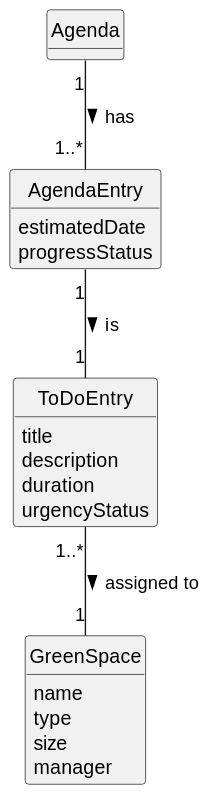
Earlier version of the PlantUML export docs/sprintC/us025/02.analysis/svg/us025-domain-model.svg (ricardomm7/leaflink).
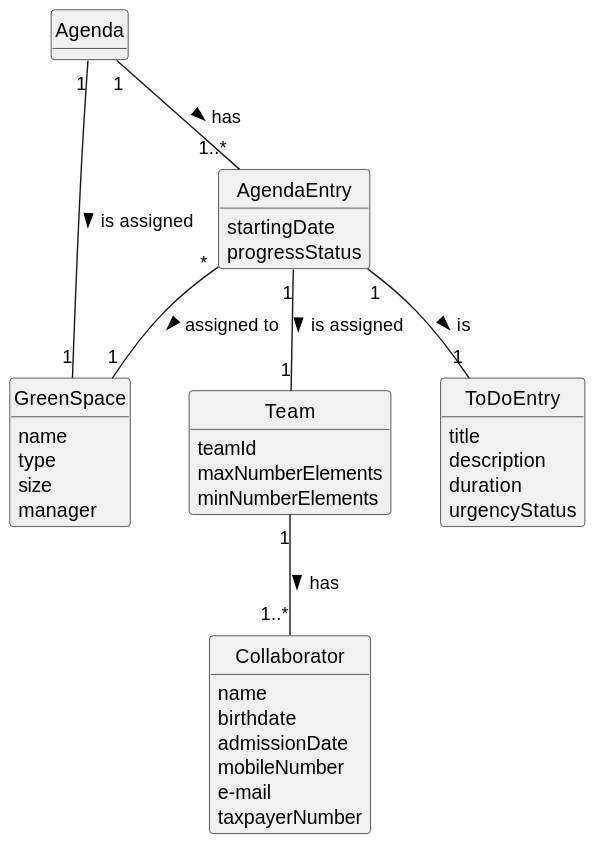
Above is the later version.

What changed in the source:
```diff
@@ -10,9 +10,31 @@
 hide methods
 
 
+class Collaborator {
+    name
+    birthdate
+    admissionDate
+    mobileNumber
+    e-mail
+    taxpayerNumber
+}
+
+class Team {
+    teamId
+    maxNumberElements
+    minNumberElements
+}
+
+class GreenSpace{
+name
+type
+size
+manager
+
+}
 
 class AgendaEntry {
-    estimatedDate
+    startingDate
     progressStatus
 
 }
@@ -24,21 +46,21 @@
     duration
     urgencyStatus
 
+
 }
 
 class Agenda{
 }
 
-class GreenSpace{
-name
-type
-size
-manager
-
-}
 Agenda "1" -- "1..*" AgendaEntry: has >
 
 AgendaEntry "1" -- "1" ToDoEntry: is >
 
-ToDoEntry "1..*" -- "1" GreenSpace: assigned to >
+AgendaEntry "*" -- "1" GreenSpace : assigned to >
+
+AgendaEntry "1" -- "1" Team : is assigned >
+
+Team "1" -- "1..*" Collaborator : has >
+
+Agenda "1" -- "1" GreenSpace : is assigned >
 @enduml
```
